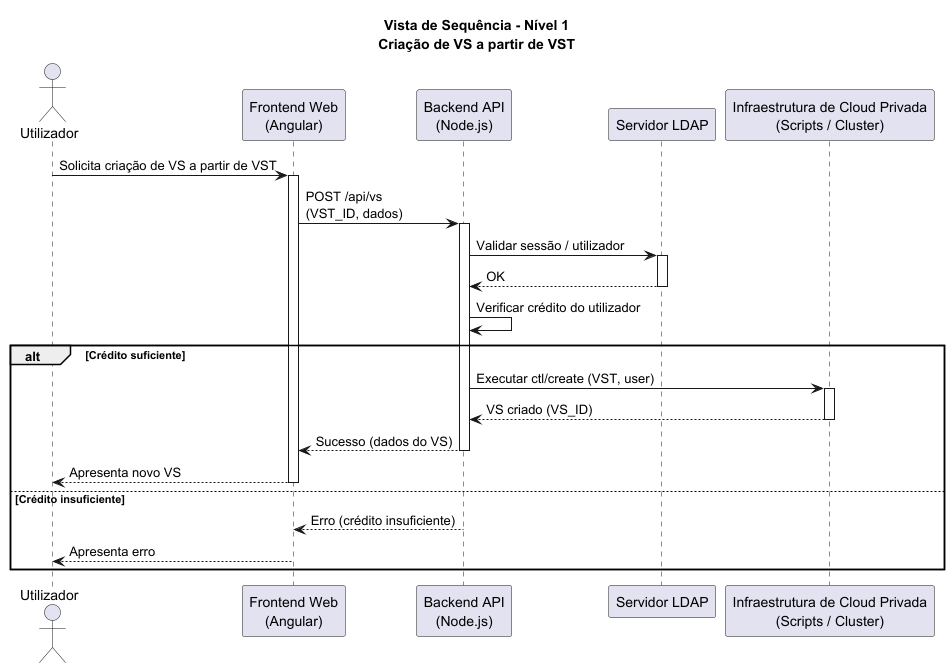
Above: docs/VISTAS/SEQUÊNCIA/VS1.png in tiagosoa/LEI-PROJ-FRONTEND (PlantUML), before the change.
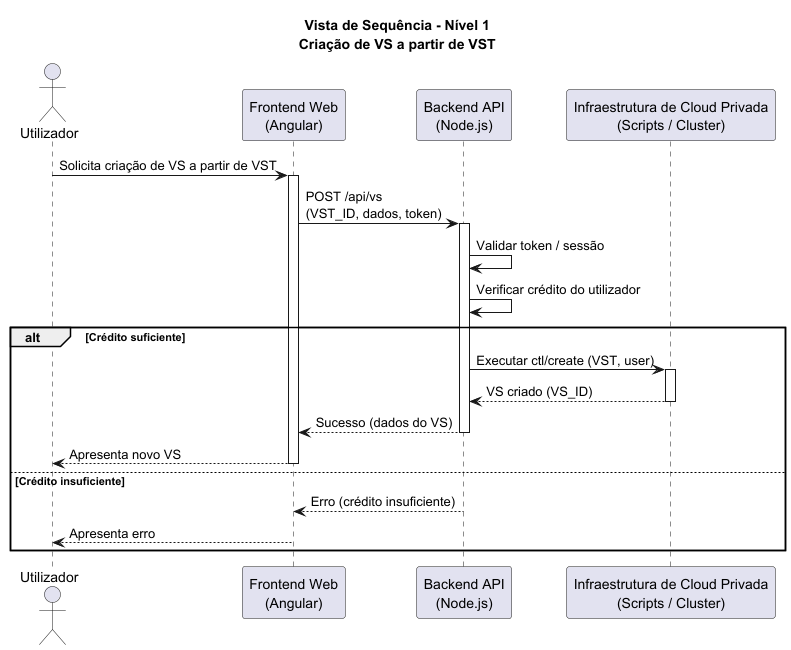
Later version of the same file.

What changed in the source:
```diff
@@ -5,19 +5,15 @@
 
 participant "Frontend Web\n(Angular)" as frontend
 participant "Backend API\n(Node.js)" as backend
-participant "Servidor LDAP" as ldap
 participant "Infraestrutura de Cloud Privada\n(Scripts / Cluster)" as cloud
 
 user -> frontend : Solicita criação de VS a partir de VST
 activate frontend
 
-frontend -> backend : POST /api/vs\n(VST_ID, dados)
+frontend -> backend : POST /api/vs\n(VST_ID, dados, token)
 activate backend
 
-backend -> ldap : Validar sessão / utilizador
-activate ldap
-ldap --> backend : OK
-deactivate ldap
+backend -> backend : Validar token / sessão
 
 backend -> backend : Verificar crédito do utilizador
 
```
